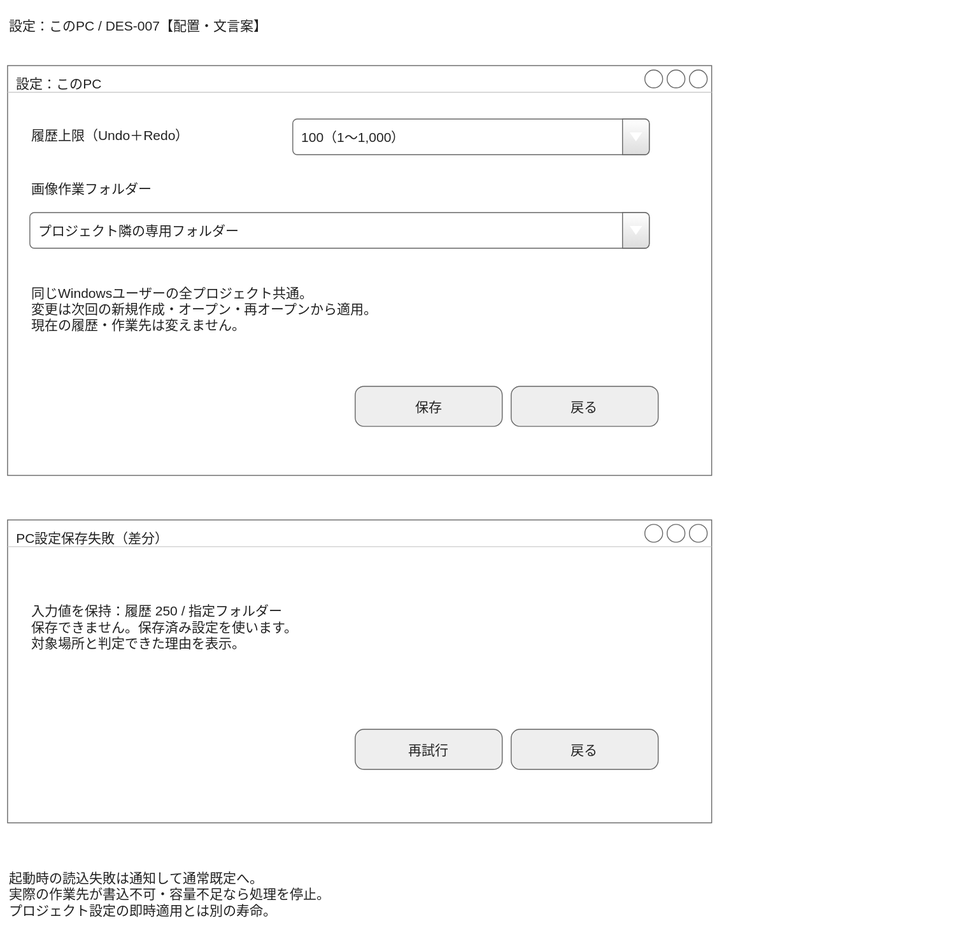
This is docs/product-design/screen-design/diagrams/app-settings-layout.drawio.svg from myzkkzy/reference-app, a draw.io export, as it was before one commit. Source tidied: cells renumbered, new cells last; positions are measured from the earlier drawing's top-left corner, leaving out a move shared by most shapes.
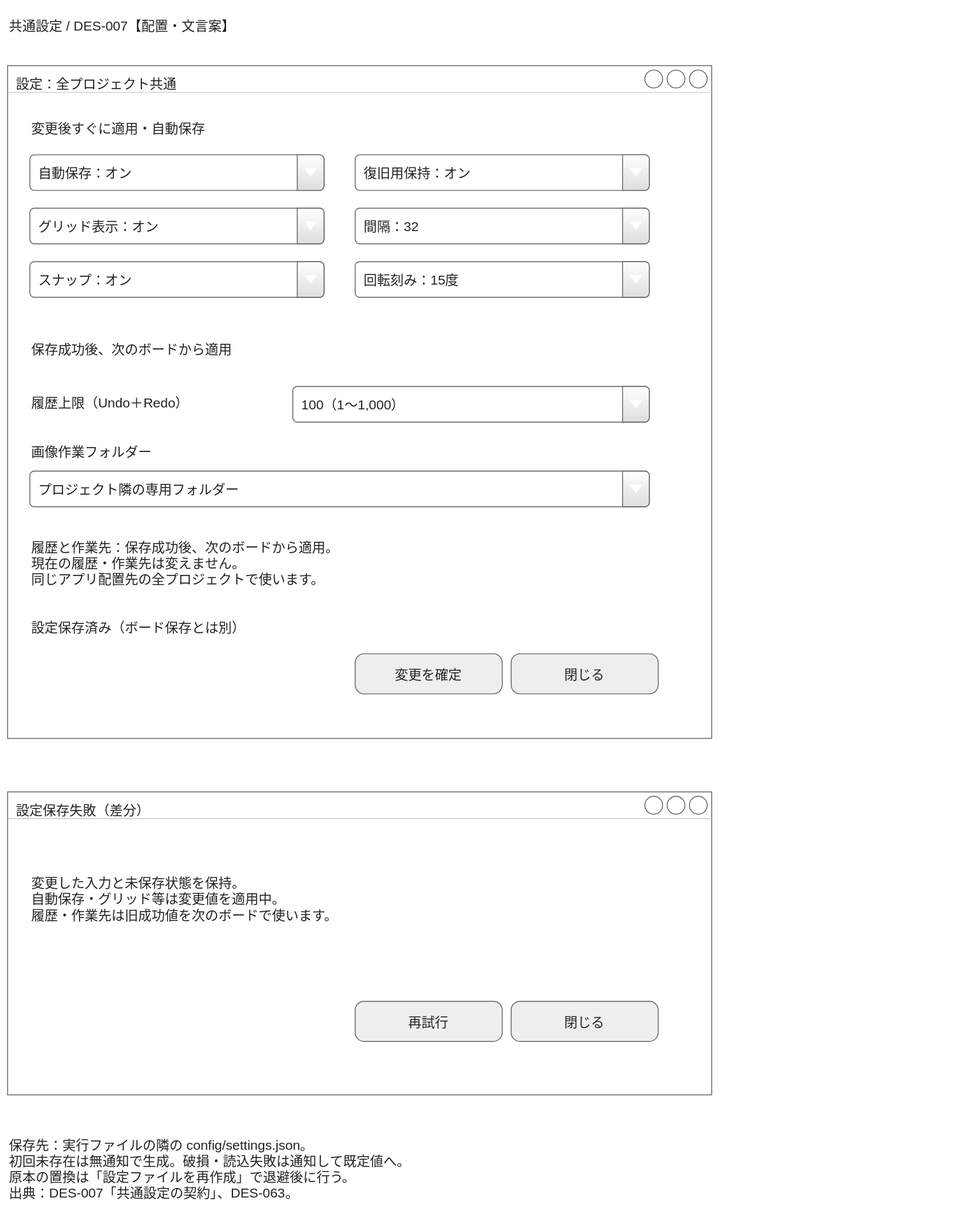
The same file after the commit.

Change to the diagram source:
```diff
@@ -2,47 +2,74 @@
   <root>
     <mxCell id="0" />
     <mxCell id="1" parent="0" />
-    <mxCell id="2" value="設定：このPC / DES-007【配置・文言案】" style="html=1;whiteSpace=wrap;fontFamily=Arial;fontSize=15;fontColor=#222222;strokeColor=#666666;fillColor=#ffffff;gradientColor=none;shadow=0;text;strokeColor=none;fillColor=none;align=left;verticalAlign=middle;" parent="1" vertex="1">
+    <mxCell id="2" value="共通設定 / DES-007【配置・文言案】" style="html=1;whiteSpace=wrap;fontFamily=Arial;fontSize=15;fontColor=#222222;strokeColor=#666666;fillColor=#ffffff;gradientColor=none;shadow=0;text;strokeColor=none;fillColor=none;align=left;verticalAlign=middle;" parent="1" vertex="1">
       <mxGeometry width="1050" height="40" as="geometry" />
     </mxCell>
-    <mxCell id="3" value="設定：このPC" style="html=1;whiteSpace=wrap;fontFamily=Arial;fontSize=15;fontColor=#222222;strokeColor=#666666;fillColor=#ffffff;gradientColor=none;shadow=0;shape=mxgraph.mockup.containers.window;mainText=;align=left;verticalAlign=top;spacingLeft=8;spacingTop=5;strokeColor2=#666666;strokeColor3=#cccccc;" parent="1" vertex="1">
-      <mxGeometry y="65" width="790" height="460" as="geometry" />
+    <mxCell id="3" value="設定：全プロジェクト共通" style="html=1;whiteSpace=wrap;fontFamily=Arial;fontSize=15;fontColor=#222222;strokeColor=#666666;fillColor=#ffffff;gradientColor=none;shadow=0;shape=mxgraph.mockup.containers.window;mainText=;align=left;verticalAlign=top;spacingLeft=8;spacingTop=5;strokeColor2=#666666;strokeColor3=#cccccc;" parent="1" vertex="1">
+      <mxGeometry y="65" width="790" height="755" as="geometry" />
     </mxCell>
     <mxCell id="4" value="履歴上限（Undo＋Redo）" style="html=1;whiteSpace=wrap;fontFamily=Arial;fontSize=15;fontColor=#222222;strokeColor=#666666;fillColor=#ffffff;gradientColor=none;shadow=0;text;strokeColor=none;fillColor=none;align=left;verticalAlign=middle;" parent="3" vertex="1">
-      <mxGeometry x="25" y="60" width="280" height="35" as="geometry" />
+      <mxGeometry x="25" y="360" width="280" height="35" as="geometry" />
     </mxCell>
     <mxCell id="5" value="100（1～1,000）" style="html=1;whiteSpace=wrap;fontFamily=Arial;fontSize=15;fontColor=#222222;strokeColor=#666666;fillColor=#ffffff;gradientColor=none;shadow=0;shape=mxgraph.mockup.forms.comboBox;mainText=;align=left;spacingLeft=8;fillColor2=#dddddd;" parent="3" vertex="1">
-      <mxGeometry x="320" y="60" width="400" height="40" as="geometry" />
+      <mxGeometry x="320" y="360" width="400" height="40" as="geometry" />
     </mxCell>
     <mxCell id="6" value="画像作業フォルダー" style="html=1;whiteSpace=wrap;fontFamily=Arial;fontSize=15;fontColor=#222222;strokeColor=#666666;fillColor=#ffffff;gradientColor=none;shadow=0;text;strokeColor=none;fillColor=none;align=left;verticalAlign=middle;" parent="3" vertex="1">
-      <mxGeometry x="25" y="120" width="270" height="35" as="geometry" />
+      <mxGeometry x="25" y="415" width="270" height="35" as="geometry" />
     </mxCell>
     <mxCell id="7" value="プロジェクト隣の専用フォルダー" style="html=1;whiteSpace=wrap;fontFamily=Arial;fontSize=15;fontColor=#222222;strokeColor=#666666;fillColor=#ffffff;gradientColor=none;shadow=0;shape=mxgraph.mockup.forms.comboBox;mainText=;align=left;spacingLeft=8;fillColor2=#dddddd;" parent="3" vertex="1">
-      <mxGeometry x="25" y="165" width="695" height="40" as="geometry" />
+      <mxGeometry x="25" y="455" width="695" height="40" as="geometry" />
     </mxCell>
-    <mxCell id="8" value="同じWindowsユーザーの全プロジェクト共通。&#10;変更は次回の新規作成・オープン・再オープンから適用。&#10;現在の履歴・作業先は変えません。" style="html=1;whiteSpace=wrap;fontFamily=Arial;fontSize=15;fontColor=#222222;strokeColor=#666666;fillColor=#ffffff;gradientColor=none;shadow=0;text;strokeColor=none;fillColor=none;align=left;verticalAlign=middle;" parent="3" vertex="1">
-      <mxGeometry x="25" y="230" width="720" height="85" as="geometry" />
+    <mxCell id="8" value="履歴と作業先：保存成功後、次のボードから適用。&#10;現在の履歴・作業先は変えません。&#10;同じアプリ配置先の全プロジェクトで使います。" style="html=1;whiteSpace=wrap;fontFamily=Arial;fontSize=15;fontColor=#222222;strokeColor=#666666;fillColor=#ffffff;gradientColor=none;shadow=0;text;strokeColor=none;fillColor=none;align=left;verticalAlign=middle;" parent="3" vertex="1">
+      <mxGeometry x="25" y="515" width="720" height="85" as="geometry" />
     </mxCell>
-    <mxCell id="9" value="保存" style="html=1;whiteSpace=wrap;fontFamily=Arial;fontSize=15;fontColor=#222222;strokeColor=#666666;fillColor=#ffffff;gradientColor=none;shadow=0;shape=mxgraph.mockup.buttons.button;mainText=;buttonStyle=round;fillColor=#eeeeee;" parent="3" vertex="1">
-      <mxGeometry x="390" y="360" width="165" height="45" as="geometry" />
+    <mxCell id="9" value="変更を確定" style="html=1;whiteSpace=wrap;fontFamily=Arial;fontSize=15;fontColor=#222222;strokeColor=#666666;fillColor=#ffffff;gradientColor=none;shadow=0;shape=mxgraph.mockup.buttons.button;mainText=;buttonStyle=round;fillColor=#eeeeee;" parent="3" vertex="1">
+      <mxGeometry x="390" y="660" width="165" height="45" as="geometry" />
     </mxCell>
-    <mxCell id="10" value="戻る" style="html=1;whiteSpace=wrap;fontFamily=Arial;fontSize=15;fontColor=#222222;strokeColor=#666666;fillColor=#ffffff;gradientColor=none;shadow=0;shape=mxgraph.mockup.buttons.button;mainText=;buttonStyle=round;fillColor=#eeeeee;" parent="3" vertex="1">
-      <mxGeometry x="565" y="360" width="165" height="45" as="geometry" />
+    <mxCell id="10" value="閉じる" style="html=1;whiteSpace=wrap;fontFamily=Arial;fontSize=15;fontColor=#222222;strokeColor=#666666;fillColor=#ffffff;gradientColor=none;shadow=0;shape=mxgraph.mockup.buttons.button;mainText=;buttonStyle=round;fillColor=#eeeeee;" parent="3" vertex="1">
+      <mxGeometry x="565" y="660" width="165" height="45" as="geometry" />
     </mxCell>
-    <mxCell id="11" value="PC設定保存失敗（差分）" style="html=1;whiteSpace=wrap;fontFamily=Arial;fontSize=15;fontColor=#222222;strokeColor=#666666;fillColor=#ffffff;gradientColor=none;shadow=0;shape=mxgraph.mockup.containers.window;mainText=;align=left;verticalAlign=top;spacingLeft=8;spacingTop=5;strokeColor2=#666666;strokeColor3=#cccccc;" parent="1" vertex="1">
-      <mxGeometry y="575" width="790" height="340" as="geometry" />
+    <mxCell id="11" value="設定保存失敗（差分）" style="html=1;whiteSpace=wrap;fontFamily=Arial;fontSize=15;fontColor=#222222;strokeColor=#666666;fillColor=#ffffff;gradientColor=none;shadow=0;shape=mxgraph.mockup.containers.window;mainText=;align=left;verticalAlign=top;spacingLeft=8;spacingTop=5;strokeColor2=#666666;strokeColor3=#cccccc;" parent="1" vertex="1">
+      <mxGeometry y="880" width="790" height="340" as="geometry" />
     </mxCell>
-    <mxCell id="12" value="入力値を保持：履歴 250 / 指定フォルダー&#10;保存できません。保存済み設定を使います。&#10;対象場所と判定できた理由を表示。" style="html=1;whiteSpace=wrap;fontFamily=Arial;fontSize=15;fontColor=#222222;strokeColor=#666666;fillColor=#ffffff;gradientColor=none;shadow=0;text;strokeColor=none;fillColor=none;align=left;verticalAlign=middle;" parent="11" vertex="1">
+    <mxCell id="12" value="変更した入力と未保存状態を保持。&#10;自動保存・グリッド等は変更値を適用中。&#10;履歴・作業先は旧成功値を次のボードで使います。" style="html=1;whiteSpace=wrap;fontFamily=Arial;fontSize=15;fontColor=#222222;strokeColor=#666666;fillColor=#ffffff;gradientColor=none;shadow=0;text;strokeColor=none;fillColor=none;align=left;verticalAlign=middle;" parent="11" vertex="1">
       <mxGeometry x="25" y="70" width="730" height="100" as="geometry" />
     </mxCell>
     <mxCell id="13" value="再試行" style="html=1;whiteSpace=wrap;fontFamily=Arial;fontSize=15;fontColor=#222222;strokeColor=#666666;fillColor=#ffffff;gradientColor=none;shadow=0;shape=mxgraph.mockup.buttons.button;mainText=;buttonStyle=round;fillColor=#eeeeee;" parent="11" vertex="1">
       <mxGeometry x="390" y="235" width="165" height="45" as="geometry" />
     </mxCell>
-    <mxCell id="14" value="戻る" style="html=1;whiteSpace=wrap;fontFamily=Arial;fontSize=15;fontColor=#222222;strokeColor=#666666;fillColor=#ffffff;gradientColor=none;shadow=0;shape=mxgraph.mockup.buttons.button;mainText=;buttonStyle=round;fillColor=#eeeeee;" parent="11" vertex="1">
+    <mxCell id="14" value="閉じる" style="html=1;whiteSpace=wrap;fontFamily=Arial;fontSize=15;fontColor=#222222;strokeColor=#666666;fillColor=#ffffff;gradientColor=none;shadow=0;shape=mxgraph.mockup.buttons.button;mainText=;buttonStyle=round;fillColor=#eeeeee;" parent="11" vertex="1">
       <mxGeometry x="565" y="235" width="165" height="45" as="geometry" />
     </mxCell>
-    <mxCell id="15" value="起動時の読込失敗は通知して通常既定へ。&#10;実際の作業先が書込不可・容量不足なら処理を停止。&#10;プロジェクト設定の即時適用とは別の寿命。" style="html=1;whiteSpace=wrap;fontFamily=Arial;fontSize=15;fontColor=#222222;strokeColor=#666666;fillColor=#ffffff;gradientColor=none;shadow=0;text;strokeColor=none;fillColor=none;align=left;verticalAlign=middle;" parent="1" vertex="1">
-      <mxGeometry y="950" width="1000" height="90" as="geometry" />
+    <mxCell id="15" value="保存先：実行ファイルの隣の config/settings.json。&#10;初回未存在は無通知で生成。破損・読込失敗は通知して既定値へ。&#10;原本の置換は「設定ファイルを再作成」で退避後に行う。&#10;出典：DES-007「共通設定の契約」、DES-063。" style="html=1;whiteSpace=wrap;fontFamily=Arial;fontSize=15;fontColor=#222222;strokeColor=#666666;fillColor=#ffffff;gradientColor=none;shadow=0;text;strokeColor=none;fillColor=none;align=left;verticalAlign=middle;" parent="1" vertex="1">
+      <mxGeometry y="1250" width="1000" height="105" as="geometry" />
     </mxCell>
+    <mxCell id="16" value="変更後すぐに適用・自動保存" style="html=1;whiteSpace=wrap;fontFamily=Arial;fontSize=15;fontColor=#222222;strokeColor=#666666;fillColor=#ffffff;gradientColor=none;shadow=0;text;strokeColor=none;fillColor=none;align=left;verticalAlign=middle;" parent="3" vertex="1">
+      <mxGeometry x="25" y="55" width="710" height="30" as="geometry" />
+    </mxCell>
+    <mxCell id="17" value="自動保存：オン" style="html=1;whiteSpace=wrap;fontFamily=Arial;fontSize=15;fontColor=#222222;strokeColor=#666666;fillColor=#ffffff;gradientColor=none;shadow=0;shape=mxgraph.mockup.forms.comboBox;mainText=;align=left;spacingLeft=8;fillColor2=#dddddd;" parent="3" vertex="1">
+      <mxGeometry x="25" y="100" width="330" height="40" as="geometry" />
+    </mxCell>
+    <mxCell id="18" value="復旧用保持：オン" style="html=1;whiteSpace=wrap;fontFamily=Arial;fontSize=15;fontColor=#222222;strokeColor=#666666;fillColor=#ffffff;gradientColor=none;shadow=0;shape=mxgraph.mockup.forms.comboBox;mainText=;align=left;spacingLeft=8;fillColor2=#dddddd;" parent="3" vertex="1">
+      <mxGeometry x="390" y="100" width="330" height="40" as="geometry" />
+    </mxCell>
+    <mxCell id="19" value="グリッド表示：オン" style="html=1;whiteSpace=wrap;fontFamily=Arial;fontSize=15;fontColor=#222222;strokeColor=#666666;fillColor=#ffffff;gradientColor=none;shadow=0;shape=mxgraph.mockup.forms.comboBox;mainText=;align=left;spacingLeft=8;fillColor2=#dddddd;" parent="3" vertex="1">
+      <mxGeometry x="25" y="160" width="330" height="40" as="geometry" />
+    </mxCell>
+    <mxCell id="20" value="間隔：32" style="html=1;whiteSpace=wrap;fontFamily=Arial;fontSize=15;fontColor=#222222;strokeColor=#666666;fillColor=#ffffff;gradientColor=none;shadow=0;shape=mxgraph.mockup.forms.comboBox;mainText=;align=left;spacingLeft=8;fillColor2=#dddddd;" parent="3" vertex="1">
+      <mxGeometry x="390" y="160" width="330" height="40" as="geometry" />
+    </mxCell>
+    <mxCell id="21" value="スナップ：オン" style="html=1;whiteSpace=wrap;fontFamily=Arial;fontSize=15;fontColor=#222222;strokeColor=#666666;fillColor=#ffffff;gradientColor=none;shadow=0;shape=mxgraph.mockup.forms.comboBox;mainText=;align=left;spacingLeft=8;fillColor2=#dddddd;" parent="3" vertex="1">
+      <mxGeometry x="25" y="220" width="330" height="40" as="geometry" />
+    </mxCell>
+    <mxCell id="22" value="回転刻み：15度" style="html=1;whiteSpace=wrap;fontFamily=Arial;fontSize=15;fontColor=#222222;strokeColor=#666666;fillColor=#ffffff;gradientColor=none;shadow=0;shape=mxgraph.mockup.forms.comboBox;mainText=;align=left;spacingLeft=8;fillColor2=#dddddd;" parent="3" vertex="1">
+      <mxGeometry x="390" y="220" width="330" height="40" as="geometry" />
+    </mxCell>
+    <mxCell id="23" value="保存成功後、次のボードから適用" style="html=1;whiteSpace=wrap;fontFamily=Arial;fontSize=15;fontColor=#222222;strokeColor=#666666;fillColor=#ffffff;gradientColor=none;shadow=0;text;strokeColor=none;fillColor=none;align=left;verticalAlign=middle;" parent="3" vertex="1">
+      <mxGeometry x="25" y="300" width="710" height="35" as="geometry" />
+    </mxCell>
+    <mxCell id="24" value="設定保存済み（ボード保存とは別）" style="html=1;whiteSpace=wrap;fontFamily=Arial;fontSize=15;fontColor=#222222;strokeColor=#666666;fillColor=#ffffff;gradientColor=none;shadow=0;text;strokeColor=none;fillColor=none;align=left;verticalAlign=middle;" parent="3" vertex="1">
+      <mxGeometry x="25" y="615" width="710" height="30" as="geometry" />
+    </mxCell>
   </root>
 </mxGraphModel>
```
